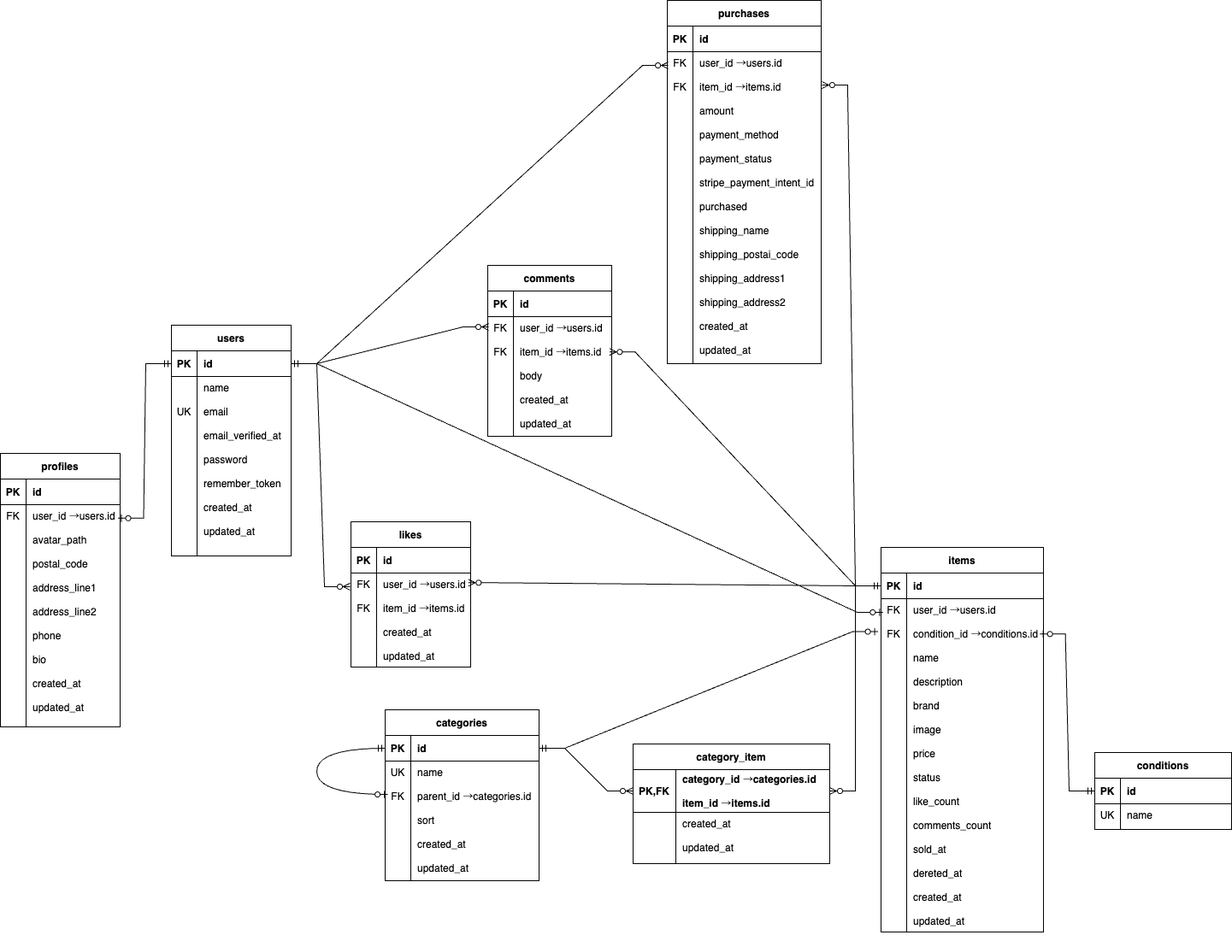
Before: ER.png, a diagram exported from draw.io (sametyan9999/laravel-furima). Source tidied: cells renumbered, new cells last; positions are measured from the earlier drawing's top-left corner, leaving out a move shared by most shapes.
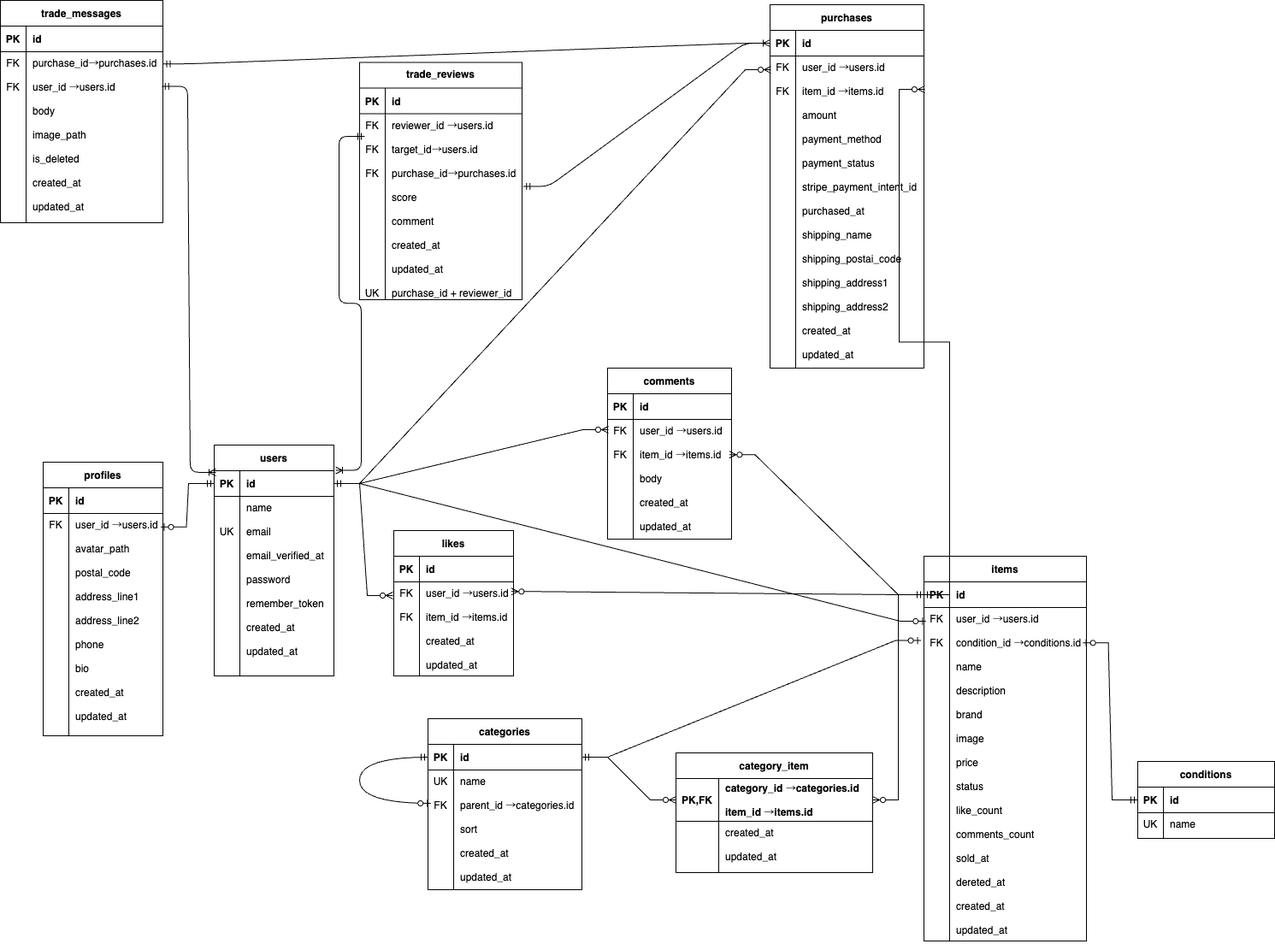
Above is the later version.

Diff of the diagram source:
```diff
@@ -3,7 +3,7 @@
     <mxCell id="0" />
     <mxCell id="1" parent="0" />
     <mxCell id="2" value="users" style="shape=table;startSize=30;rowLines=0;fontStyle=1;align=center;" parent="1" vertex="1">
-      <mxGeometry x="200" y="380" width="140" height="270" as="geometry" />
+      <mxGeometry x="200" y="510" width="140" height="270" as="geometry" />
     </mxCell>
     <mxCell id="3" style="shape=partialRectangle;fillColor=none;points=[[0,0.5],[1,0.5]];portConstraint=eastwest;top=0;left=0;right=0;bottom=1;" parent="2" vertex="1">
       <mxGeometry y="30" width="140" height="30" as="geometry" />
@@ -138,7 +138,7 @@
       <mxGeometry x="30" width="110" height="110" as="geometry" />
     </mxCell>
     <mxCell id="45" value="comments" style="shape=table;startSize=30;rowLines=0;fontStyle=1;align=center;" parent="1" vertex="1">
-      <mxGeometry x="570" y="310" width="145" height="200" as="geometry" />
+      <mxGeometry x="660" y="420" width="145" height="200" as="geometry" />
     </mxCell>
     <mxCell id="46" style="shape=partialRectangle;fillColor=none;top=0;left=0;right=0;bottom=1;" parent="45" vertex="1">
       <mxGeometry y="30" width="145" height="30" as="geometry" />
@@ -159,7 +159,7 @@
       <mxGeometry x="30" width="115" height="140" as="geometry" />
     </mxCell>
     <mxCell id="52" value="purchases" style="shape=table;startSize=30;rowLines=0;fontStyle=1;align=center;" parent="1" vertex="1">
-      <mxGeometry x="780" width="180" height="425" as="geometry" />
+      <mxGeometry x="850" y="-5" width="180" height="425" as="geometry" />
     </mxCell>
     <mxCell id="53" style="shape=partialRectangle;fillColor=none;points=[[0,0.5],[1,0.5]];portConstraint=eastwest;top=0;left=0;right=0;bottom=1;" parent="52" vertex="1">
       <mxGeometry y="30" width="180" height="30" as="geometry" />
@@ -176,7 +176,7 @@
     <mxCell id="57" value="FK&#10;&#10;FK" style="shape=partialRectangle;overflow=hidden;fillColor=none;top=0;left=0;bottom=0;right=0;verticalAlign=top;" parent="56" vertex="1">
       <mxGeometry width="30" height="365" as="geometry" />
     </mxCell>
-    <mxCell id="58" value="user_id →users.id&#10;&#10;item_id →items.id&#10;&#10;amount&#10;&#10;payment_method&#10;&#10;payment_status&#10;&#10;stripe_payment_intent_id&#10;&#10;purchased&#10;&#10;shipping_name&#10;&#10;shipping_postai_code&#10;&#10;shipping_address1&#10;&#10;shipping_address2&#10;&#10;created_at&#10;&#10;updated_at" style="shape=partialRectangle;overflow=hidden;fillColor=none;top=0;left=0;bottom=0;right=0;align=left;spacingLeft=6;verticalAlign=top;" parent="56" vertex="1">
+    <mxCell id="58" value="user_id →users.id&#10;&#10;item_id →items.id&#10;&#10;amount&#10;&#10;payment_method&#10;&#10;payment_status&#10;&#10;stripe_payment_intent_id&#10;&#10;purchased_at&#10;&#10;shipping_name&#10;&#10;shipping_postai_code&#10;&#10;shipping_address1&#10;&#10;shipping_address2&#10;&#10;created_at&#10;&#10;updated_at" style="shape=partialRectangle;overflow=hidden;fillColor=none;top=0;left=0;bottom=0;right=0;align=left;spacingLeft=6;verticalAlign=top;" parent="56" vertex="1">
       <mxGeometry x="30" width="150" height="365" as="geometry" />
     </mxCell>
     <mxCell id="59" value="category_item" style="shape=table;startSize=30;rowLines=0;fontStyle=1;align=center;" parent="1" vertex="1">
@@ -236,5 +236,65 @@
     <mxCell id="77" style="fontSize=12;html=1;endArrow=ERzeroToMany;startArrow=ERmandOne;rounded=0;exitX=0;exitY=0.5;exitDx=0;exitDy=0;entryX=1.005;entryY=0.107;entryDx=0;entryDy=0;entryPerimeter=0;edgeStyle=entityRelationEdgeStyle;" parent="1" edge="1" source="32" target="56">
       <mxGeometry relative="1" as="geometry" />
     </mxCell>
+    <mxCell id="78" value="trade_messages" style="shape=table;startSize=30;rowLines=0;fontStyle=1;align=center;" parent="1" vertex="1">
+      <mxGeometry x="-50" y="-10" width="190" height="260" as="geometry" />
+    </mxCell>
+    <mxCell id="79" style="shape=partialRectangle;fillColor=none;top=0;left=0;right=0;bottom=1;" parent="78" vertex="1">
+      <mxGeometry y="30" width="190" height="30" as="geometry" />
+    </mxCell>
+    <mxCell id="80" value="PK" style="shape=partialRectangle;overflow=hidden;fillColor=none;top=0;left=0;bottom=0;right=0;fontStyle=1;" parent="79" vertex="1">
+      <mxGeometry width="30" height="30" as="geometry" />
+    </mxCell>
+    <mxCell id="81" value="id" style="shape=partialRectangle;overflow=hidden;fillColor=none;top=0;left=0;bottom=0;right=0;align=left;spacingLeft=6;fontStyle=1;" parent="79" vertex="1">
+      <mxGeometry x="30" width="160" height="30" as="geometry" />
+    </mxCell>
+    <mxCell id="82" style="shape=partialRectangle;fillColor=none;points=[[0,0.5],[1,0.5]];portConstraint=eastwest;top=0;left=0;right=0;bottom=0;" parent="78" vertex="1">
+      <mxGeometry y="60" width="190" height="200" as="geometry" />
+    </mxCell>
+    <mxCell id="83" value="FK&#10;&#10;FK" style="shape=partialRectangle;overflow=hidden;fillColor=none;top=0;left=0;bottom=0;right=0;verticalAlign=top;" parent="82" vertex="1">
+      <mxGeometry width="30" height="200" as="geometry" />
+    </mxCell>
+    <mxCell id="84" value="purchase_id→purchases.id&#10;&#10;user_id →users.id&#10;&#10;body&#10;&#10;image_path&#10;&#10;is_deleted&#10;&#10;created_at &#10;&#10;updated_at" style="shape=partialRectangle;overflow=hidden;fillColor=none;top=0;left=0;bottom=0;right=0;align=left;spacingLeft=6;verticalAlign=top;" parent="82" vertex="1">
+      <mxGeometry x="30" width="160" height="200" as="geometry" />
+    </mxCell>
+    <mxCell id="85" value="trade_reviews" style="shape=table;startSize=30;rowLines=0;fontStyle=1;align=center;verticalAlign=top;" parent="1" vertex="1">
+      <mxGeometry x="370" y="62.5" width="190" height="277.5" as="geometry" />
+    </mxCell>
+    <mxCell id="86" style="shape=partialRectangle;fillColor=none;top=0;left=0;right=0;bottom=1;" parent="85" vertex="1">
+      <mxGeometry y="30" width="190" height="30" as="geometry" />
+    </mxCell>
+    <mxCell id="87" value="PK" style="shape=partialRectangle;overflow=hidden;fillColor=none;top=0;left=0;bottom=0;right=0;fontStyle=1;" parent="86" vertex="1">
+      <mxGeometry width="30" height="30" as="geometry" />
+    </mxCell>
+    <mxCell id="88" value="id" style="shape=partialRectangle;overflow=hidden;fillColor=none;top=0;left=0;bottom=0;right=0;align=left;spacingLeft=6;fontStyle=1;" parent="86" vertex="1">
+      <mxGeometry x="30" width="160" height="30" as="geometry" />
+    </mxCell>
+    <mxCell id="89" style="shape=partialRectangle;fillColor=none;points=[[0,0.5],[1,0.5]];portConstraint=eastwest;top=0;left=0;right=0;bottom=0;" parent="85" vertex="1">
+      <mxGeometry y="60" width="190" height="218" as="geometry" />
+    </mxCell>
+    <mxCell id="90" value="FK&#10;&#10;FK&#10;&#10;FK&#10;&#10;&#10;&#10;&#10;&#10;&#10;&#10;&#10;&#10;UK" style="shape=partialRectangle;overflow=hidden;fillColor=none;top=0;left=0;bottom=0;right=0;verticalAlign=top;" parent="89" vertex="1">
+      <mxGeometry width="30" height="218" as="geometry" />
+    </mxCell>
+    <mxCell id="91" value="reviewer_id →users.id&#10;&#10;target_id→users.id&#10;&#10;purchase_id→purchases.id&#10;&#10;score&#10;&#10;comment&#10;&#10;created_at &#10;&#10;updated_at&#10;&#10;purchase_id + reviewer_id" style="shape=partialRectangle;overflow=hidden;fillColor=none;top=0;left=0;bottom=0;right=0;align=left;spacingLeft=6;verticalAlign=top;" parent="89" vertex="1">
+      <mxGeometry x="30" width="160" height="218" as="geometry" />
+    </mxCell>
+    <mxCell id="92" style="edgeStyle=entityRelationEdgeStyle;fontSize=12;html=1;endArrow=ERoneToMany;startArrow=ERmandOne;exitX=0.994;exitY=0.202;exitDx=0;exitDy=0;exitPerimeter=0;entryX=0.014;entryY=0.064;entryDx=0;entryDy=0;entryPerimeter=0;" parent="1" edge="1" source="82" target="3">
+      <mxGeometry relative="1" as="geometry" />
+    </mxCell>
+    <mxCell id="93" style="edgeStyle=entityRelationEdgeStyle;fontSize=12;html=1;endArrow=ERoneToMany;startArrow=ERmandOne;entryX=0;entryY=0.5;entryDx=0;entryDy=0;exitX=1.002;exitY=0.071;exitDx=0;exitDy=0;exitPerimeter=0;" parent="1" edge="1" source="82" target="53">
+      <mxGeometry relative="1" as="geometry" />
+    </mxCell>
+    <mxCell id="94" style="edgeStyle=entityRelationEdgeStyle;fontSize=12;html=1;endArrow=ERoneToMany;startArrow=ERmandOne;entryX=1.014;entryY=-0.013;entryDx=0;entryDy=0;entryPerimeter=0;exitX=0.031;exitY=0.121;exitDx=0;exitDy=0;exitPerimeter=0;" parent="1" edge="1" source="89" target="3">
+      <mxGeometry relative="1" as="geometry">
+        <Array as="points">
+          <mxPoint x="410" y="160" />
+          <mxPoint x="300" y="-317.5" />
+          <mxPoint x="290" y="-337.5" />
+        </Array>
+      </mxGeometry>
+    </mxCell>
+    <mxCell id="95" style="edgeStyle=entityRelationEdgeStyle;fontSize=12;html=1;endArrow=ERoneToMany;startArrow=ERmandOne;exitX=1.006;exitY=0.39;exitDx=0;exitDy=0;exitPerimeter=0;entryX=0;entryY=0.5;entryDx=0;entryDy=0;" parent="1" edge="1" source="89" target="53">
+      <mxGeometry relative="1" as="geometry" />
+    </mxCell>
   </root>
 </mxGraphModel>
```
